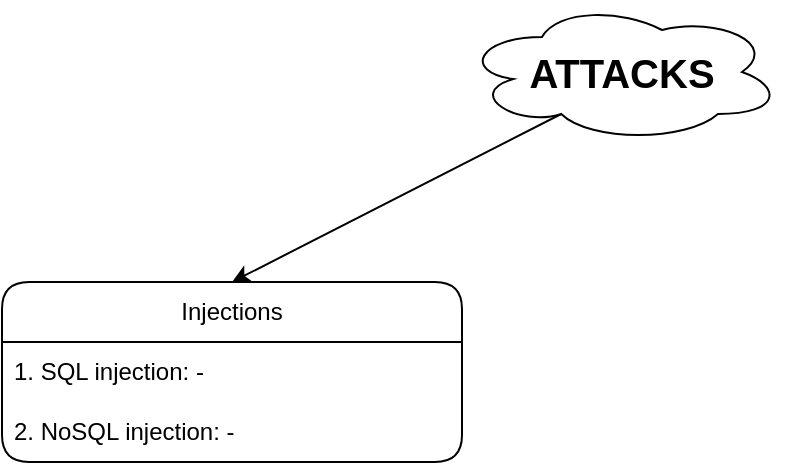
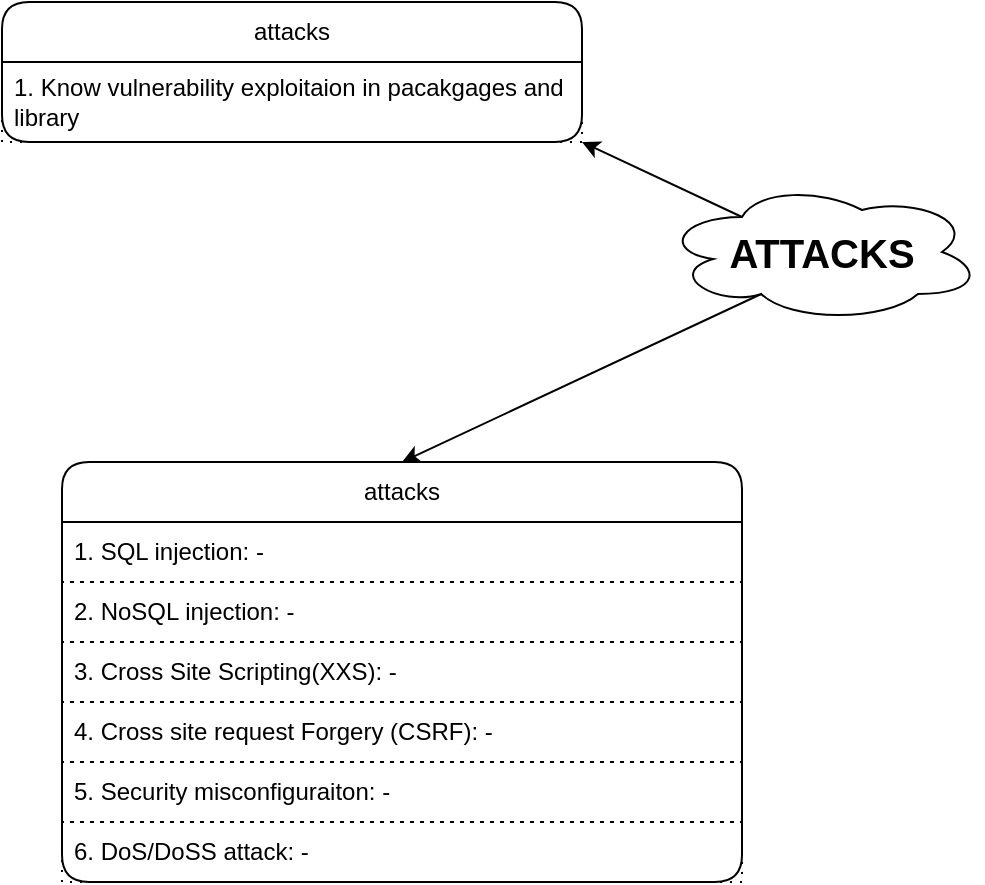
<mxfile host="65bd71144e">
    <diagram id="kWOlu8vMmzMnWtVe7170" name="Page-1">
-         <mxGraphModel dx="645" dy="475" grid="1" gridSize="10" guides="1" tooltips="1" connect="1" arrows="1" fold="1" page="1" pageScale="1" pageWidth="827" pageHeight="1169" background="#ffffff" math="0" shadow="0">
+         <mxGraphModel dx="1659" dy="475" grid="1" gridSize="10" guides="1" tooltips="1" connect="1" arrows="1" fold="1" page="1" pageScale="1" pageWidth="827" pageHeight="1169" background="#ffffff" math="0" shadow="0">
            <root>
                <mxCell id="0"/>
                <mxCell id="1" parent="0"/>
-                 <mxCell id="7" style="edgeStyle=none;html=1;exitX=0.31;exitY=0.8;exitDx=0;exitDy=0;exitPerimeter=0;entryX=0.5;entryY=0;entryDx=0;entryDy=0;" edge="1" parent="1" source="2" target="3">
+                 <mxCell id="7" style="edgeStyle=none;html=1;exitX=0.31;exitY=0.8;exitDx=0;exitDy=0;exitPerimeter=0;entryX=0.5;entryY=0;entryDx=0;entryDy=0;" parent="1" source="2" target="3" edge="1">
                    <mxGeometry relative="1" as="geometry"/>
                </mxCell>
-                 <mxCell id="2" value="&lt;b&gt;&lt;font style=&quot;font-size: 20px;&quot;&gt;ATTACKS&lt;/font&gt;&lt;/b&gt;" style="ellipse;shape=cloud;whiteSpace=wrap;html=1;" vertex="1" parent="1">
+                 <mxCell id="20" style="edgeStyle=none;html=1;exitX=0.25;exitY=0.25;exitDx=0;exitDy=0;exitPerimeter=0;entryX=1;entryY=1;entryDx=0;entryDy=0;" parent="1" source="2" target="13" edge="1">
+                     <mxGeometry relative="1" as="geometry"/>
+                 </mxCell>
+                 <mxCell id="2" value="&lt;b&gt;&lt;font style=&quot;font-size: 20px;&quot;&gt;ATTACKS&lt;/font&gt;&lt;/b&gt;" style="ellipse;shape=cloud;whiteSpace=wrap;html=1;" parent="1" vertex="1">
                    <mxGeometry x="240" y="200" width="160" height="70" as="geometry"/>
                </mxCell>
-                 <mxCell id="3" value="Injections" style="swimlane;fontStyle=0;childLayout=stackLayout;horizontal=1;startSize=30;horizontalStack=0;resizeParent=1;resizeParentMax=0;resizeLast=0;collapsible=1;marginBottom=0;whiteSpace=wrap;html=1;rounded=1;" vertex="1" parent="1">
-                     <mxGeometry x="10" y="340" width="230" height="90" as="geometry"/>
+                 <mxCell id="3" value="attacks" style="swimlane;fontStyle=0;childLayout=stackLayout;horizontal=1;startSize=30;horizontalStack=0;resizeParent=1;resizeParentMax=0;resizeLast=0;collapsible=1;marginBottom=0;whiteSpace=wrap;html=1;rounded=1;" parent="1" vertex="1">
+                     <mxGeometry x="-60" y="340" width="340" height="210" as="geometry"/>
                </mxCell>
-                 <mxCell id="4" value="1. SQL injection: -" style="text;strokeColor=none;fillColor=none;align=left;verticalAlign=middle;spacingLeft=4;spacingRight=4;overflow=hidden;points=[[0,0.5],[1,0.5]];portConstraint=eastwest;rotatable=0;whiteSpace=wrap;html=1;" vertex="1" parent="3">
-                     <mxGeometry y="30" width="230" height="30" as="geometry"/>
+                 <mxCell id="4" value="1. SQL injection: -" style="text;strokeColor=default;fillColor=none;align=left;verticalAlign=middle;spacingLeft=4;spacingRight=4;overflow=hidden;points=[[0,0.5],[1,0.5]];portConstraint=eastwest;rotatable=0;whiteSpace=wrap;html=1;dashed=1;dashPattern=1 4;" parent="3" vertex="1">
+                     <mxGeometry y="30" width="340" height="30" as="geometry"/>
                </mxCell>
-                 <mxCell id="8" value="2. NoSQL injection: -" style="text;strokeColor=none;fillColor=none;align=left;verticalAlign=middle;spacingLeft=4;spacingRight=4;overflow=hidden;points=[[0,0.5],[1,0.5]];portConstraint=eastwest;rotatable=0;whiteSpace=wrap;html=1;" vertex="1" parent="3">
-                     <mxGeometry y="60" width="230" height="30" as="geometry"/>
+                 <mxCell id="8" value="2. NoSQL injection: -" style="text;strokeColor=default;fillColor=none;align=left;verticalAlign=middle;spacingLeft=4;spacingRight=4;overflow=hidden;points=[[0,0.5],[1,0.5]];portConstraint=eastwest;rotatable=0;whiteSpace=wrap;html=1;dashed=1;dashPattern=1 4;" parent="3" vertex="1">
+                     <mxGeometry y="60" width="340" height="30" as="geometry"/>
+                 </mxCell>
+                 <mxCell id="9" value="3. Cross Site Scripting(XXS): -" style="text;strokeColor=default;fillColor=none;align=left;verticalAlign=middle;spacingLeft=4;spacingRight=4;overflow=hidden;points=[[0,0.5],[1,0.5]];portConstraint=eastwest;rotatable=0;whiteSpace=wrap;html=1;dashed=1;dashPattern=1 4;" parent="3" vertex="1">
+                     <mxGeometry y="90" width="340" height="30" as="geometry"/>
+                 </mxCell>
+                 <mxCell id="10" value="4. Cross site request Forgery (CSRF): -" style="text;strokeColor=default;fillColor=none;align=left;verticalAlign=middle;spacingLeft=4;spacingRight=4;overflow=hidden;points=[[0,0.5],[1,0.5]];portConstraint=eastwest;rotatable=0;whiteSpace=wrap;html=1;dashed=1;dashPattern=1 4;" parent="3" vertex="1">
+                     <mxGeometry y="120" width="340" height="30" as="geometry"/>
+                 </mxCell>
+                 <mxCell id="11" value="5. Security misconfiguraiton: -&amp;nbsp;" style="text;strokeColor=default;fillColor=none;align=left;verticalAlign=middle;spacingLeft=4;spacingRight=4;overflow=hidden;points=[[0,0.5],[1,0.5]];portConstraint=eastwest;rotatable=0;whiteSpace=wrap;html=1;dashed=1;dashPattern=1 4;" parent="3" vertex="1">
+                     <mxGeometry y="150" width="340" height="30" as="geometry"/>
+                 </mxCell>
+                 <mxCell id="12" value="6. DoS/DoSS attack: -&amp;nbsp;" style="text;strokeColor=default;fillColor=none;align=left;verticalAlign=middle;spacingLeft=4;spacingRight=4;overflow=hidden;points=[[0,0.5],[1,0.5]];portConstraint=eastwest;rotatable=0;whiteSpace=wrap;html=1;dashed=1;dashPattern=1 4;" parent="3" vertex="1">
+                     <mxGeometry y="180" width="340" height="30" as="geometry"/>
+                 </mxCell>
+                 <mxCell id="13" value="attacks" style="swimlane;fontStyle=0;childLayout=stackLayout;horizontal=1;startSize=30;horizontalStack=0;resizeParent=1;resizeParentMax=0;resizeLast=0;collapsible=1;marginBottom=0;whiteSpace=wrap;html=1;rounded=1;" parent="1" vertex="1">
+                     <mxGeometry x="-90" y="110" width="290" height="70" as="geometry">
+                         <mxRectangle x="-90" y="-10" width="80" height="30" as="alternateBounds"/>
+                     </mxGeometry>
+                 </mxCell>
+                 <mxCell id="14" value="1. Know vulnerability exploitaion in pacakgages and library" style="text;strokeColor=default;fillColor=none;align=left;verticalAlign=middle;spacingLeft=4;spacingRight=4;overflow=hidden;points=[[0,0.5],[1,0.5]];portConstraint=eastwest;rotatable=0;whiteSpace=wrap;html=1;dashed=1;dashPattern=1 4;" parent="13" vertex="1">
+                     <mxGeometry y="30" width="290" height="40" as="geometry"/>
                </mxCell>
            </root>
        </mxGraphModel>
    </diagram>
</mxfile>